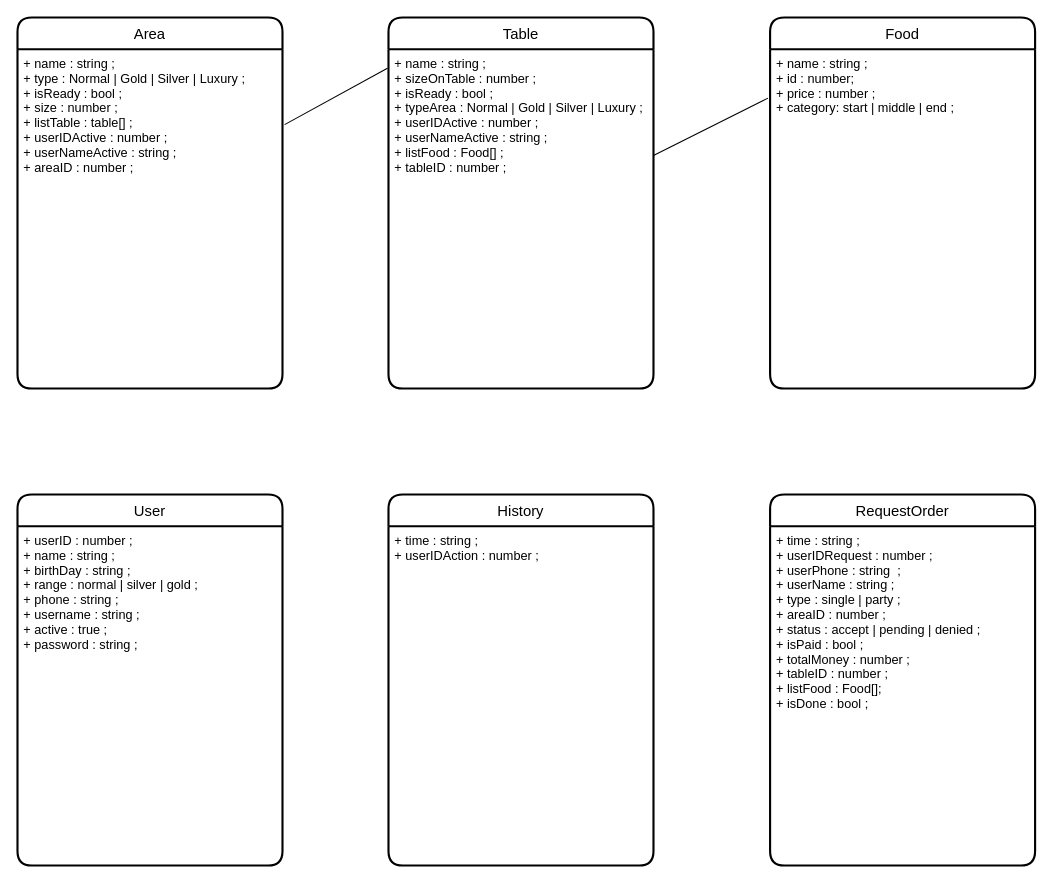
The draw.io diagram Restaurant.drawio in baroned1707/RestaurantDiagram, before the edit. Source tidied: cells renumbered, new cells numbered last; positions are measured from the earlier drawing's top-left corner, leaving out a move shared by most shapes. Both pictures are drawn from the tidied source at 106%, with x=0, y=0 at pixel (17, 17).
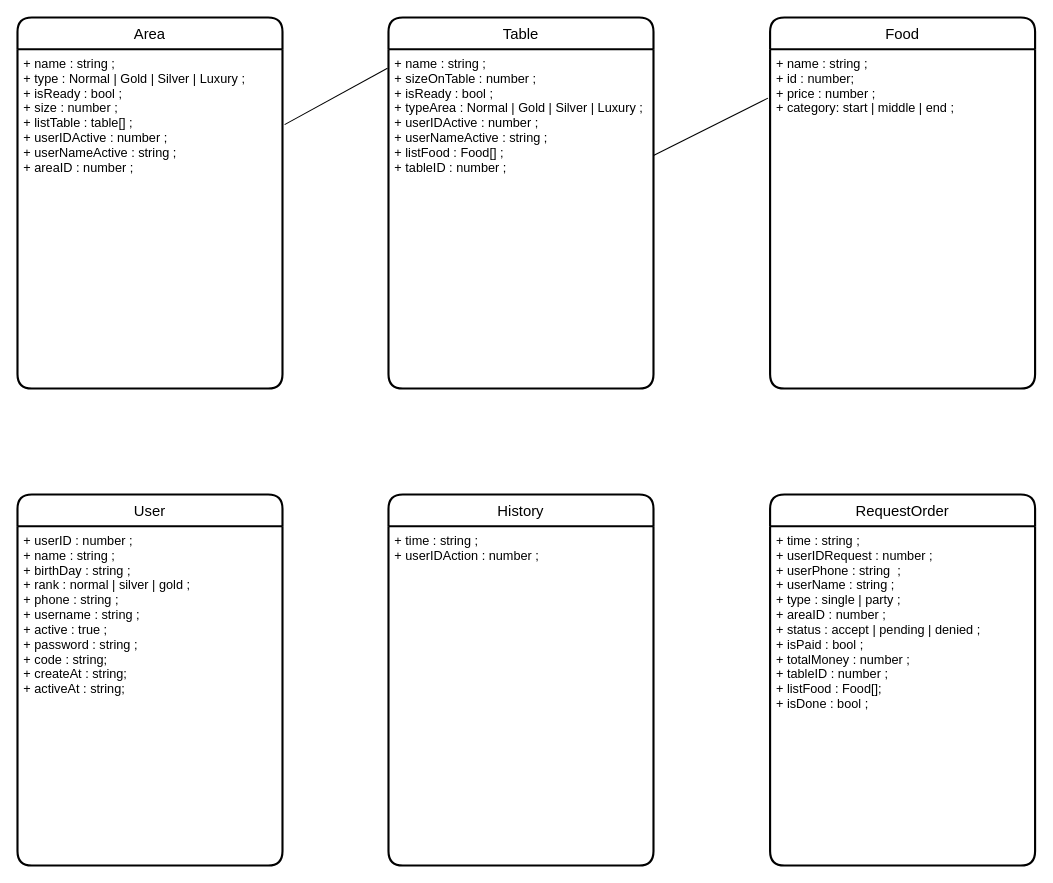
The same diagram, later.

Change to the diagram source:
```diff
@@
 <mxGraphModel>
   <root>
     <mxCell id="0" />
     <mxCell id="1" parent="0" />
     <mxCell id="2" value="Area" style="swimlane;horizontal=1;startSize=30;rounded=1;fontSize=14;fontStyle=0;strokeWidth=2;shadow=0;dashed=0;align=center;" parent="1" vertex="1">
       <mxGeometry width="250" height="350" as="geometry" />
     </mxCell>
     <mxCell id="3" value="+ name : string ;&#10;+ type : Normal | Gold | Silver | Luxury ;&#10;+ isReady : bool ;&#10;+ size : number ;&#10;+ listTable : table[] ;&#10;+ userIDActive : number ;&#10;+ userNameActive : string ; &#10;+ areaID : number ;" style="align=left;strokeColor=none;fillColor=none;spacingLeft=4;fontSize=12;verticalAlign=top;" parent="2" vertex="1">
       <mxGeometry y="30" width="250" height="320" as="geometry" />
     </mxCell>
     <mxCell id="4" value="Table" style="swimlane;horizontal=1;startSize=30;rounded=1;fontSize=14;fontStyle=0;strokeWidth=2;shadow=0;dashed=0;align=center;" parent="1" vertex="1">
       <mxGeometry x="350" width="250" height="350" as="geometry" />
     </mxCell>
     <mxCell id="5" value="+ name : string ;&#10;+ sizeOnTable : number ;&#10;+ isReady : bool ;&#10;+ typeArea : Normal | Gold | Silver | Luxury ;&#10;+ userIDActive : number ;&#10;+ userNameActive : string ;&#10;+ listFood : Food[] ;&#10;+ tableID : number ;" style="align=left;strokeColor=none;fillColor=none;spacingLeft=4;fontSize=12;verticalAlign=top;" parent="4" vertex="1">
       <mxGeometry y="30" width="250" height="320" as="geometry" />
     </mxCell>
     <mxCell id="6" value="History" style="swimlane;horizontal=1;startSize=30;rounded=1;fontSize=14;fontStyle=0;strokeWidth=2;shadow=0;dashed=0;align=center;" parent="1" vertex="1">
       <mxGeometry x="350" y="450" width="250" height="350" as="geometry" />
     </mxCell>
     <mxCell id="7" value="+ time : string ;&#10;+ userIDAction : number ;&#10;" style="align=left;strokeColor=none;fillColor=none;spacingLeft=4;fontSize=12;verticalAlign=top;" parent="6" vertex="1">
       <mxGeometry y="30" width="250" height="320" as="geometry" />
     </mxCell>
     <mxCell id="8" value="User" style="swimlane;horizontal=1;startSize=30;rounded=1;fontSize=14;fontStyle=0;strokeWidth=2;shadow=0;dashed=0;align=center;" parent="1" vertex="1">
       <mxGeometry y="450" width="250" height="350" as="geometry" />
     </mxCell>
-    <mxCell id="9" value="+ userID : number ;&#10;+ name : string ;&#10;+ birthDay : string ;&#10;+ range : normal | silver | gold ;&#10;+ phone : string ;&#10;+ username : string ;&#10;+ active : true ;&#10;+ password : string ;&#10;" style="align=left;strokeColor=none;fillColor=none;spacingLeft=4;fontSize=12;verticalAlign=top;" parent="8" vertex="1">
+    <mxCell id="9" value="+ userID : number ;&#10;+ name : string ;&#10;+ birthDay : string ;&#10;+ rank : normal | silver | gold ;&#10;+ phone : string ;&#10;+ username : string ;&#10;+ active : true ;&#10;+ password : string ;&#10;+ code : string;&#10;+ createAt : string;&#10;+ activeAt : string;&#10;&#10;" style="align=left;strokeColor=none;fillColor=none;spacingLeft=4;fontSize=12;verticalAlign=top;" parent="8" vertex="1">
       <mxGeometry y="30" width="250" height="320" as="geometry" />
     </mxCell>
     <mxCell id="10" value="Food" style="swimlane;horizontal=1;startSize=30;rounded=1;fontSize=14;fontStyle=0;strokeWidth=2;shadow=0;dashed=0;align=center;" parent="1" vertex="1">
       <mxGeometry x="710" width="250" height="350" as="geometry" />
     </mxCell>
     <mxCell id="11" value="+ name : string ;&#10;+ id : number;&#10;+ price : number ;&#10;+ category: start | middle | end ;&#10;" style="align=left;strokeColor=none;fillColor=none;spacingLeft=4;fontSize=12;verticalAlign=top;" parent="10" vertex="1">
       <mxGeometry y="30" width="250" height="320" as="geometry" />
     </mxCell>
     <mxCell id="12" style="endArrow=none;html=1;rounded=0;exitX=1.008;exitY=0.222;exitDx=0;exitDy=0;exitPerimeter=0;entryX=-0.004;entryY=0.056;entryDx=0;entryDy=0;entryPerimeter=0;" parent="1" edge="1" source="3" target="5">
       <mxGeometry relative="1" as="geometry" />
     </mxCell>
     <mxCell id="13" style="endArrow=none;html=1;rounded=0;exitX=1;exitY=0.313;exitDx=0;exitDy=0;exitPerimeter=0;entryX=-0.008;entryY=0.144;entryDx=0;entryDy=0;entryPerimeter=0;" parent="1" edge="1" source="5" target="11">
       <mxGeometry relative="1" as="geometry" />
     </mxCell>
     <mxCell id="14" value="RequestOrder" style="swimlane;horizontal=1;startSize=30;rounded=1;fontSize=14;fontStyle=0;strokeWidth=2;shadow=0;dashed=0;align=center;" parent="1" vertex="1">
       <mxGeometry x="710" y="450" width="250" height="350" as="geometry" />
     </mxCell>
     <mxCell id="15" value="+ time : string ;&#10;+ userIDRequest : number ;&#10;+ userPhone : string  ;&#10;+ userName : string ;&#10;+ type : single | party ;&#10;+ areaID : number ;&#10;+ status : accept | pending | denied ;&#10;+ isPaid : bool ;&#10;+ totalMoney : number ;&#10;+ tableID : number ;&#10;+ listFood : Food[];&#10;+ isDone : bool ;&#10;" style="align=left;strokeColor=none;fillColor=none;spacingLeft=4;fontSize=12;verticalAlign=top;" parent="14" vertex="1">
       <mxGeometry y="30" width="250" height="320" as="geometry" />
     </mxCell>
   </root>
 </mxGraphModel>
```
